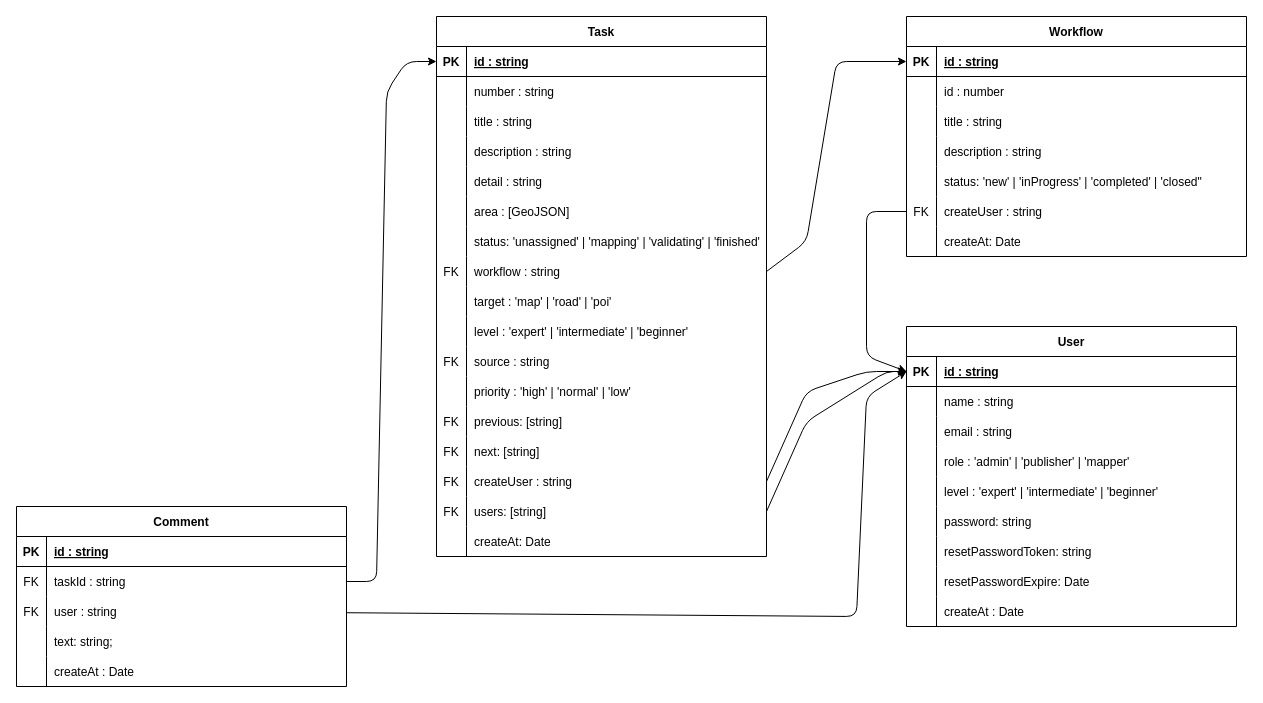
The draw.io diagram doc/db-design.drawio in shomrkm/map-masking-manager, before the edit. Source tidied: cells renumbered, new cells numbered last; positions are measured from the earlier drawing's top-left corner, leaving out a move shared by most shapes. Both pictures are drawn from the tidied source at 100%, with x=0, y=0 at pixel (16, 16).
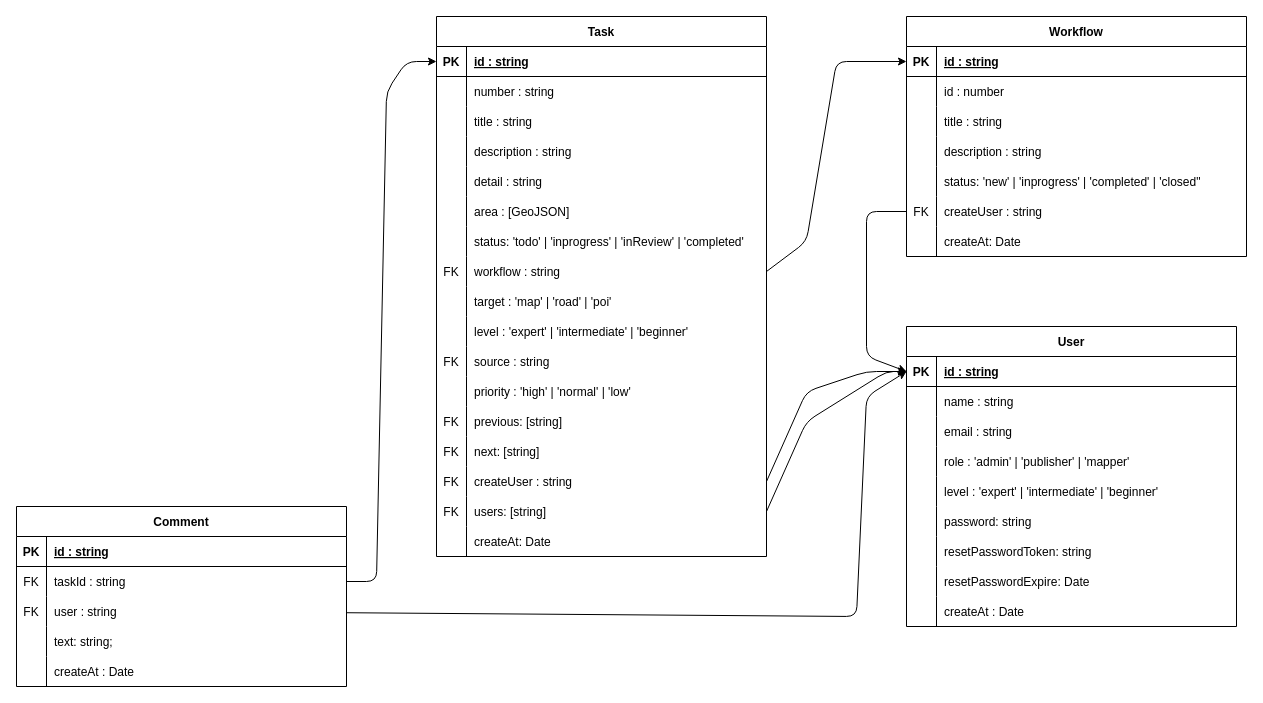
The same page after the edit.

Unchanged cells that the change refers to:
```xml
<mxCell id="21" style="shape=partialRectangle;fillColor=none;top=0;left=0;bottom=0;right=0;" parent="2" vertex="1">
  <mxGeometry y="210" width="330" height="30" as="geometry" />
</mxCell>
<mxCell id="68" style="shape=partialRectangle;fillColor=none;top=0;left=0;bottom=0;right=0;" parent="55" vertex="1">
  <mxGeometry y="150" width="340" height="30" as="geometry" />
</mxCell>
```

The edit, as a diff of the source:
```diff
@@
-    <mxCell id="23" value="status: 'unassigned' | 'mapping' | 'validating' | 'finished'" style="shape=partialRectangle;fillColor=none;top=0;left=0;bottom=0;right=0;align=left;spacingLeft=6;overflow=hidden;" parent="21" vertex="1">
+    <mxCell id="23" value="status: 'todo' | 'inprogress' | 'inReview' | 'completed'" style="shape=partialRectangle;fillColor=none;top=0;left=0;bottom=0;right=0;align=left;spacingLeft=6;overflow=hidden;" parent="21" vertex="1">
       <mxGeometry x="30" width="300" height="30" as="geometry" />
     </mxCell>
@@
-    <mxCell id="70" value="status: 'new' | 'inProgress' | 'completed' | 'closed&quot;" style="shape=partialRectangle;fillColor=none;top=0;left=0;bottom=0;right=0;align=left;spacingLeft=6;overflow=hidden;" parent="68" vertex="1">
+    <mxCell id="70" value="status: 'new' | 'inprogress' | 'completed' | 'closed&quot;" style="shape=partialRectangle;fillColor=none;top=0;left=0;bottom=0;right=0;align=left;spacingLeft=6;overflow=hidden;" parent="68" vertex="1">
       <mxGeometry x="30" width="310" height="30" as="geometry" />
     </mxCell>
```
